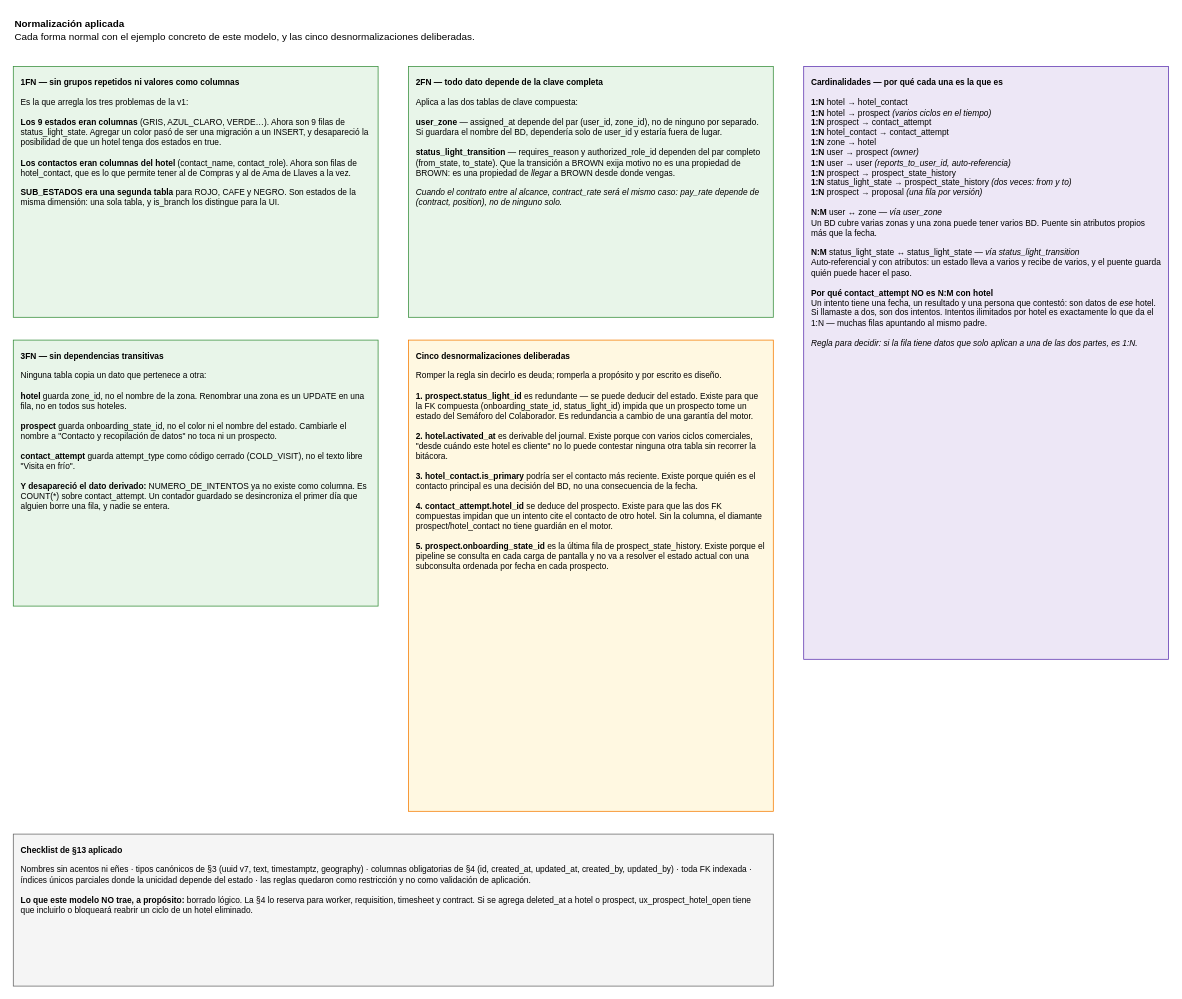
Before: page "2 - Normalización y cardinalidades" (2 of 6) of Español/Arquitecturas/Ventas/Ventas - Modelo de Datos v2.drawio in dev3-cc/oranje-matrix-system, a draw.io diagram. Source tidied: cells renumbered, new cells numbered last; positions are measured from the earlier drawing's top-left corner, leaving out a move shared by most shapes. Both pictures are drawn from the tidied source at 76%, with x=0, y=0 at pixel (13, 13).
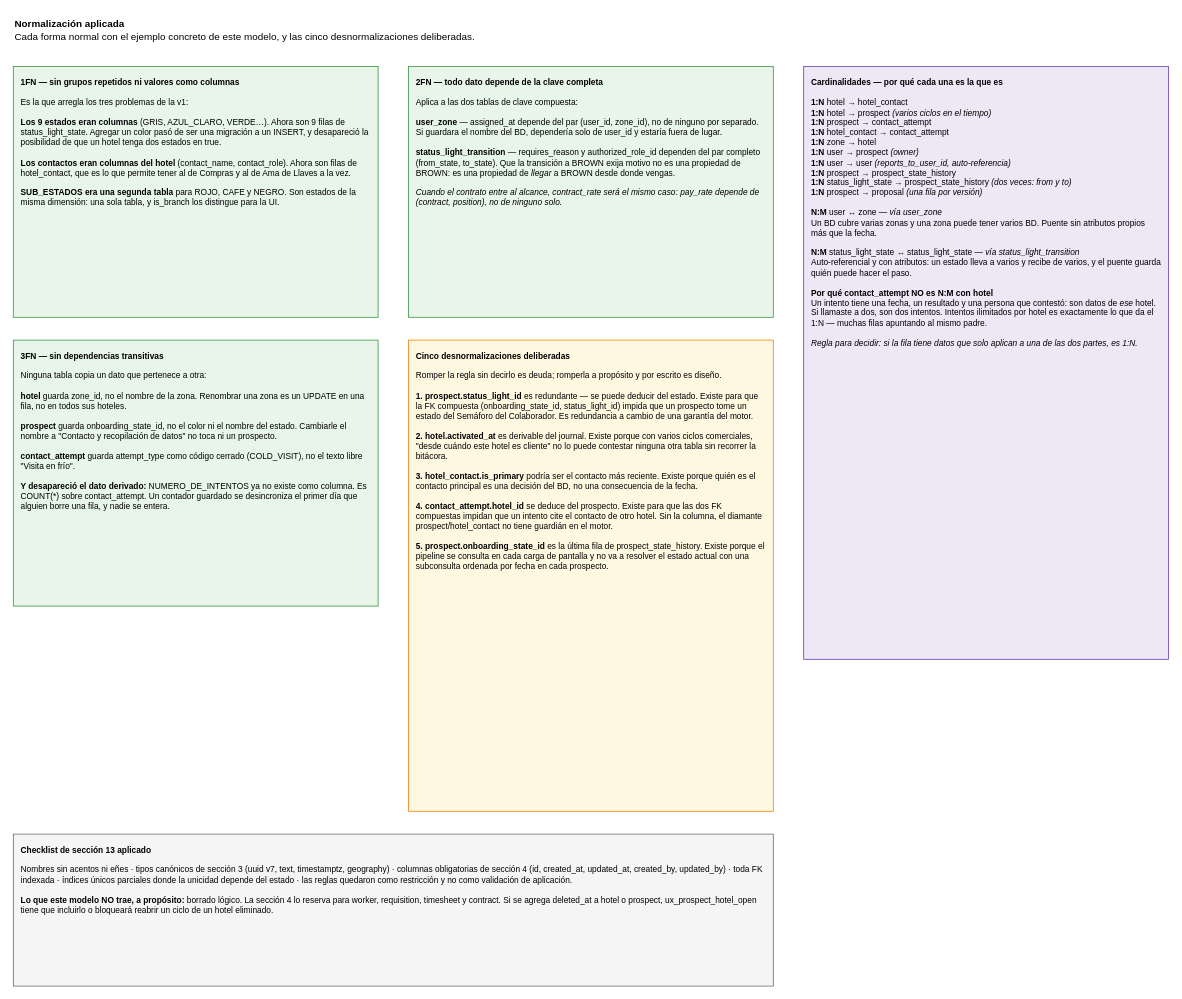
Above is the later version.

What changed in the source:
```diff
@@
 <mxGraphModel>
   <root>
     <mxCell id="0" />
     <mxCell id="1" parent="0" />
     <mxCell id="2" value="&lt;b&gt;Normalización aplicada&lt;/b&gt;&lt;br&gt;Cada forma normal con el ejemplo concreto de este modelo, y las cinco desnormalizaciones deliberadas." style="text;html=1;align=left;verticalAlign=top;fontSize=13;" parent="1" vertex="1">
       <mxGeometry width="900" height="50" as="geometry" />
     </mxCell>
     <mxCell id="3" value="&lt;b&gt;1FN — sin grupos repetidos ni valores como columnas&lt;/b&gt;&lt;br&gt;&lt;br&gt;Es la que arregla los tres problemas de la v1:&lt;br&gt;&lt;br&gt;&lt;b&gt;Los 9 estados eran columnas&lt;/b&gt; (GRIS, AZUL_CLARO, VERDE…). Ahora son 9 filas de status_light_state. Agregar un color pasó de ser una migración a un INSERT, y desapareció la posibilidad de que un hotel tenga dos estados en true.&lt;br&gt;&lt;br&gt;&lt;b&gt;Los contactos eran columnas del hotel&lt;/b&gt; (contact_name, contact_role). Ahora son filas de hotel_contact, que es lo que permite tener al de Compras y al de Ama de Llaves a la vez.&lt;br&gt;&lt;br&gt;&lt;b&gt;SUB_ESTADOS era una segunda tabla&lt;/b&gt; para ROJO, CAFE y NEGRO. Son estados de la misma dimensión: una sola tabla, y is_branch los distingue para la UI." style="rounded=0;whiteSpace=wrap;html=1;fillColor=#E8F5E9;strokeColor=#388E3C;align=left;verticalAlign=top;spacing=10;fontSize=11;" parent="1" vertex="1">
       <mxGeometry y="70" width="480" height="330" as="geometry" />
     </mxCell>
     <mxCell id="4" value="&lt;b&gt;2FN — todo dato depende de la clave completa&lt;/b&gt;&lt;br&gt;&lt;br&gt;Aplica a las dos tablas de clave compuesta:&lt;br&gt;&lt;br&gt;&lt;b&gt;user_zone&lt;/b&gt; — assigned_at depende del par (user_id, zone_id), no de ninguno por separado. Si guardara el nombre del BD, dependería solo de user_id y estaría fuera de lugar.&lt;br&gt;&lt;br&gt;&lt;b&gt;status_light_transition&lt;/b&gt; — requires_reason y authorized_role_id dependen del par completo (from_state, to_state). Que la transición a BROWN exija motivo no es una propiedad de BROWN: es una propiedad de &lt;i&gt;llegar&lt;/i&gt; a BROWN desde donde vengas.&lt;br&gt;&lt;br&gt;&lt;i&gt;Cuando el contrato entre al alcance, contract_rate será el mismo caso: pay_rate depende de (contract, position), no de ninguno solo.&lt;/i&gt;" style="rounded=0;whiteSpace=wrap;html=1;fillColor=#E8F5E9;strokeColor=#388E3C;align=left;verticalAlign=top;spacing=10;fontSize=11;" parent="1" vertex="1">
       <mxGeometry x="520" y="70" width="480" height="330" as="geometry" />
     </mxCell>
     <mxCell id="5" value="&lt;b&gt;3FN — sin dependencias transitivas&lt;/b&gt;&lt;br&gt;&lt;br&gt;Ninguna tabla copia un dato que pertenece a otra:&lt;br&gt;&lt;br&gt;&lt;b&gt;hotel&lt;/b&gt; guarda zone_id, no el nombre de la zona. Renombrar una zona es un UPDATE en una fila, no en todos sus hoteles.&lt;br&gt;&lt;br&gt;&lt;b&gt;prospect&lt;/b&gt; guarda onboarding_state_id, no el color ni el nombre del estado. Cambiarle el nombre a &quot;Contacto y recopilación de datos&quot; no toca ni un prospecto.&lt;br&gt;&lt;br&gt;&lt;b&gt;contact_attempt&lt;/b&gt; guarda attempt_type como código cerrado (COLD_VISIT), no el texto libre &quot;Visita en frío&quot;.&lt;br&gt;&lt;br&gt;&lt;b&gt;Y desapareció el dato derivado:&lt;/b&gt; NUMERO_DE_INTENTOS ya no existe como columna. Es COUNT(*) sobre contact_attempt. Un contador guardado se desincroniza el primer día que alguien borre una fila, y nadie se entera." style="rounded=0;whiteSpace=wrap;html=1;fillColor=#E8F5E9;strokeColor=#388E3C;align=left;verticalAlign=top;spacing=10;fontSize=11;" parent="1" vertex="1">
       <mxGeometry y="430" width="480" height="350" as="geometry" />
     </mxCell>
     <mxCell id="6" value="&lt;b&gt;Cinco desnormalizaciones deliberadas&lt;/b&gt;&lt;br&gt;&lt;br&gt;Romper la regla sin decirlo es deuda; romperla a propósito y por escrito es diseño.&lt;br&gt;&lt;br&gt;&lt;b&gt;1. prospect.status_light_id&lt;/b&gt; es redundante — se puede deducir del estado. Existe para que la FK compuesta (onboarding_state_id, status_light_id) impida que un prospecto tome un estado del Semáforo del Colaborador. Es redundancia a cambio de una garantía del motor.&lt;br&gt;&lt;br&gt;&lt;b&gt;2. hotel.activated_at&lt;/b&gt; es derivable del journal. Existe porque con varios ciclos comerciales, &quot;desde cuándo este hotel es cliente&quot; no lo puede contestar ninguna otra tabla sin recorrer la bitácora.&lt;br&gt;&lt;br&gt;&lt;b&gt;3. hotel_contact.is_primary&lt;/b&gt; podría ser el contacto más reciente. Existe porque quién es el contacto principal es una decisión del BD, no una consecuencia de la fecha.&lt;br&gt;&lt;br&gt;&lt;b&gt;4. contact_attempt.hotel_id&lt;/b&gt; se deduce del prospecto. Existe para que las dos FK compuestas impidan que un intento cite el contacto de otro hotel. Sin la columna, el diamante prospect/hotel_contact no tiene guardián en el motor.&lt;br&gt;&lt;br&gt;&lt;b&gt;5. prospect.onboarding_state_id&lt;/b&gt; es la última fila de prospect_state_history. Existe porque el pipeline se consulta en cada carga de pantalla y no va a resolver el estado actual con una subconsulta ordenada por fecha en cada prospecto." style="rounded=0;whiteSpace=wrap;html=1;fillColor=#FFF8E1;strokeColor=#F57C00;align=left;verticalAlign=top;spacing=10;fontSize=11;" parent="1" vertex="1">
       <mxGeometry x="520" y="430" width="480" height="620" as="geometry" />
     </mxCell>
     <mxCell id="7" value="&lt;b&gt;Cardinalidades — por qué cada una es la que es&lt;/b&gt;&lt;br&gt;&lt;br&gt;&lt;b&gt;1:N&lt;/b&gt; hotel → hotel_contact&lt;br&gt;&lt;b&gt;1:N&lt;/b&gt; hotel → prospect &lt;i&gt;(varios ciclos en el tiempo)&lt;/i&gt;&lt;br&gt;&lt;b&gt;1:N&lt;/b&gt; prospect → contact_attempt&lt;br&gt;&lt;b&gt;1:N&lt;/b&gt; hotel_contact → contact_attempt&lt;br&gt;&lt;b&gt;1:N&lt;/b&gt; zone → hotel&lt;br&gt;&lt;b&gt;1:N&lt;/b&gt; user → prospect &lt;i&gt;(owner)&lt;/i&gt;&lt;br&gt;&lt;b&gt;1:N&lt;/b&gt; user → user &lt;i&gt;(reports_to_user_id, auto-referencia)&lt;/i&gt;&lt;br&gt;&lt;b&gt;1:N&lt;/b&gt; prospect → prospect_state_history&lt;br&gt;&lt;b&gt;1:N&lt;/b&gt; status_light_state → prospect_state_history &lt;i&gt;(dos veces: from y to)&lt;/i&gt;&lt;br&gt;&lt;b&gt;1:N&lt;/b&gt; prospect → proposal &lt;i&gt;(una fila por versión)&lt;/i&gt;&lt;br&gt;&lt;br&gt;&lt;b&gt;N:M&lt;/b&gt; user ↔ zone &lt;i&gt;— vía user_zone&lt;/i&gt;&lt;br&gt;Un BD cubre varias zonas y una zona puede tener varios BD. Puente sin atributos propios más que la fecha.&lt;br&gt;&lt;br&gt;&lt;b&gt;N:M&lt;/b&gt; status_light_state ↔ status_light_state &lt;i&gt;— vía status_light_transition&lt;/i&gt;&lt;br&gt;Auto-referencial y con atributos: un estado lleva a varios y recibe de varios, y el puente guarda quién puede hacer el paso.&lt;br&gt;&lt;br&gt;&lt;b&gt;Por qué contact_attempt NO es N:M con hotel&lt;/b&gt;&lt;br&gt;Un intento tiene una fecha, un resultado y una persona que contestó: son datos de &lt;i&gt;ese&lt;/i&gt; hotel. Si llamaste a dos, son dos intentos. Intentos ilimitados por hotel es exactamente lo que da el 1:N — muchas filas apuntando al mismo padre.&lt;br&gt;&lt;br&gt;&lt;i&gt;Regla para decidir: si la fila tiene datos que solo aplican a una de las dos partes, es 1:N.&lt;/i&gt;" style="rounded=0;whiteSpace=wrap;html=1;fillColor=#EDE7F6;strokeColor=#5E35B1;align=left;verticalAlign=top;spacing=10;fontSize=11;" parent="1" vertex="1">
       <mxGeometry x="1040" y="70" width="480" height="780" as="geometry" />
     </mxCell>
-    <mxCell id="8" value="&lt;b&gt;Checklist de §13 aplicado&lt;/b&gt;&lt;br&gt;&lt;br&gt;Nombres sin acentos ni eñes · tipos canónicos de §3 (uuid v7, text, timestamptz, geography) · columnas obligatorias de §4 (id, created_at, updated_at, created_by, updated_by) · toda FK indexada · índices únicos parciales donde la unicidad depende del estado · las reglas quedaron como restricción y no como validación de aplicación.&lt;br&gt;&lt;br&gt;&lt;b&gt;Lo que este modelo NO trae, a propósito:&lt;/b&gt; borrado lógico. La §4 lo reserva para worker, requisition, timesheet y contract. Si se agrega deleted_at a hotel o prospect, ux_prospect_hotel_open tiene que incluirlo o bloqueará reabrir un ciclo de un hotel eliminado." style="rounded=0;whiteSpace=wrap;html=1;fillColor=#F5F5F5;strokeColor=#666666;align=left;verticalAlign=top;spacing=10;fontSize=11;" parent="1" vertex="1">
+    <mxCell id="8" value="&lt;b&gt;Checklist de sección 13 aplicado&lt;/b&gt;&lt;br&gt;&lt;br&gt;Nombres sin acentos ni eñes · tipos canónicos de sección 3 (uuid v7, text, timestamptz, geography) · columnas obligatorias de sección 4 (id, created_at, updated_at, created_by, updated_by) · toda FK indexada · índices únicos parciales donde la unicidad depende del estado · las reglas quedaron como restricción y no como validación de aplicación.&lt;br&gt;&lt;br&gt;&lt;b&gt;Lo que este modelo NO trae, a propósito:&lt;/b&gt; borrado lógico. La sección 4 lo reserva para worker, requisition, timesheet y contract. Si se agrega deleted_at a hotel o prospect, ux_prospect_hotel_open tiene que incluirlo o bloqueará reabrir un ciclo de un hotel eliminado." style="rounded=0;whiteSpace=wrap;html=1;fillColor=#F5F5F5;strokeColor=#666666;align=left;verticalAlign=top;spacing=10;fontSize=11;" parent="1" vertex="1">
       <mxGeometry y="1080" width="1000" height="200" as="geometry" />
     </mxCell>
   </root>
 </mxGraphModel>
```
